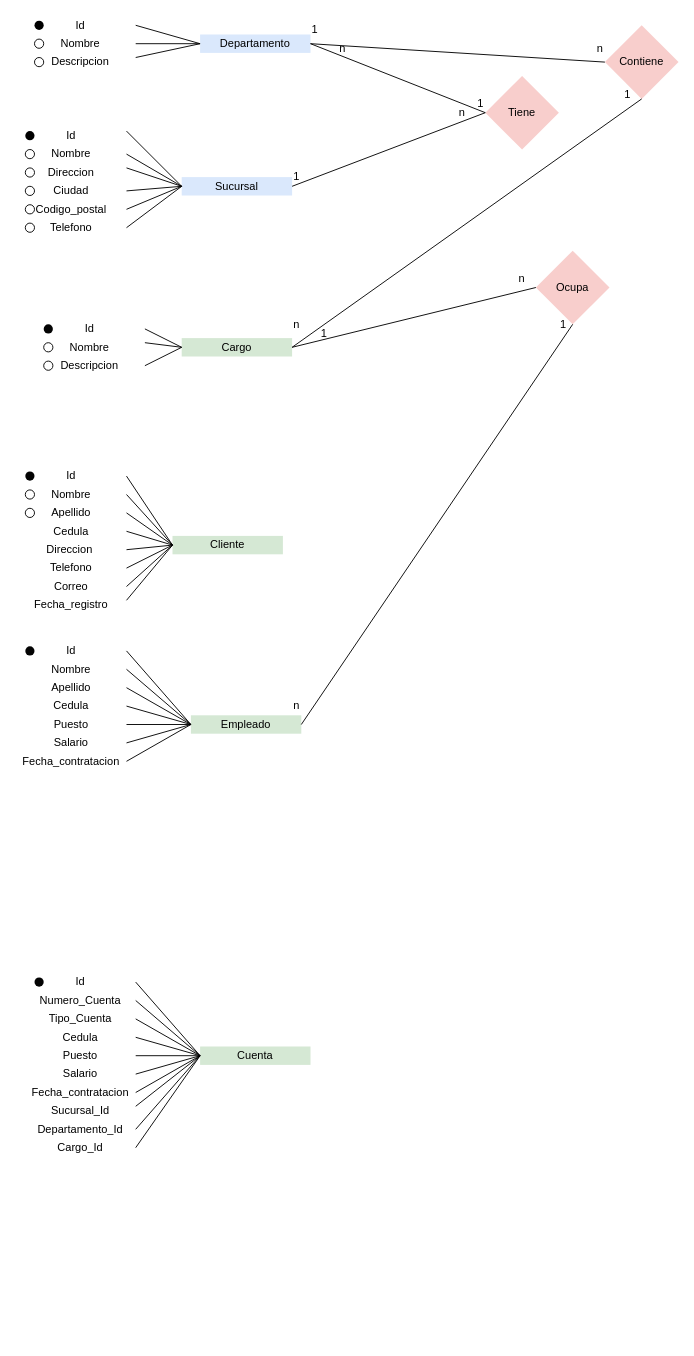
Nico1091/Bases-de-datos keeps this draw.io diagram as Diagrama sin título.drawio. Above is the earlier version. Source tidied: cells renumbered, new cells numbered last; positions are measured from the earlier drawing's top-left corner, leaving out a move shared by most shapes. Both pictures are drawn from the tidied source at 92%, with x=0, y=0 at pixel (16, 16).
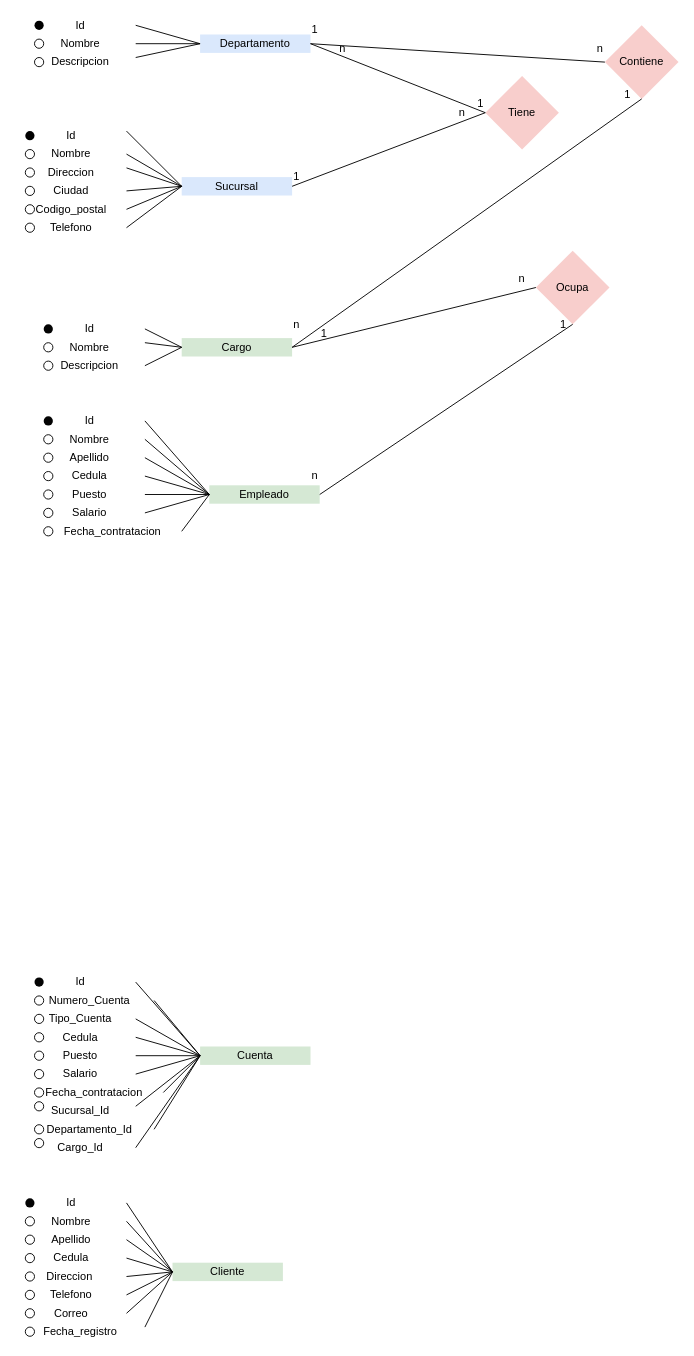
Above is the later version.

Diff of the diagram source:
```diff
@@
     <mxCell id="41" value="Id" style="rounded=0;whiteSpace=wrap;html=1;strokeColor=none;fillColor=none;" parent="1" vertex="1">
-      <mxGeometry y="680" width="120" height="20" as="geometry" />
+      <mxGeometry x="20" y="430" width="120" height="20" as="geometry" />
     </mxCell>
     <mxCell id="42" style="ellipse;whiteSpace=wrap;html=1;fillColor=#030303;strokeColor=none;" parent="1" vertex="1">
-      <mxGeometry x="10" y="685" width="10" height="10" as="geometry" />
+      <mxGeometry x="30" y="435" width="10" height="10" as="geometry" />
     </mxCell>
     <mxCell id="43" value="Nombre" style="rounded=0;whiteSpace=wrap;html=1;strokeColor=none;fillColor=none;" parent="1" vertex="1">
-      <mxGeometry y="700" width="120" height="20" as="geometry" />
+      <mxGeometry x="20" y="450" width="120" height="20" as="geometry" />
     </mxCell>
     <mxCell id="44" value="Apellido" style="rounded=0;whiteSpace=wrap;html=1;strokeColor=none;fillColor=none;" parent="1" vertex="1">
-      <mxGeometry y="720" width="120" height="20" as="geometry" />
+      <mxGeometry x="20" y="470" width="120" height="20" as="geometry" />
     </mxCell>
     <mxCell id="45" value="Cedula" style="rounded=0;whiteSpace=wrap;html=1;strokeColor=none;fillColor=none;" parent="1" vertex="1">
-      <mxGeometry y="740" width="120" height="20" as="geometry" />
+      <mxGeometry x="20" y="490" width="120" height="20" as="geometry" />
     </mxCell>
     <mxCell id="46" value="Puesto" style="rounded=0;whiteSpace=wrap;html=1;strokeColor=none;fillColor=none;" parent="1" vertex="1">
-      <mxGeometry y="760" width="120" height="20" as="geometry" />
+      <mxGeometry x="20" y="510" width="120" height="20" as="geometry" />
     </mxCell>
     <mxCell id="47" value="Salario" style="rounded=0;whiteSpace=wrap;html=1;strokeColor=none;fillColor=none;" parent="1" vertex="1">
-      <mxGeometry y="780" width="120" height="20" as="geometry" />
+      <mxGeometry x="20" y="530" width="120" height="20" as="geometry" />
     </mxCell>
-    <mxCell id="48" value="Fecha_contratacion" style="rounded=0;whiteSpace=wrap;html=1;strokeColor=none;fillColor=none;" parent="1" vertex="1">
-      <mxGeometry y="800" width="120" height="20" as="geometry" />
+    <mxCell id="48" value="&amp;nbsp; &amp;nbsp;Fecha_contratacion" style="rounded=0;whiteSpace=wrap;html=1;strokeColor=none;fillColor=none;" parent="1" vertex="1">
+      <mxGeometry x="20" y="550" width="160" height="20" as="geometry" />
     </mxCell>
     <mxCell id="49" value="Empleado" style="rounded=0;whiteSpace=wrap;html=1;strokeColor=none;fillColor=#d5e8d4;" parent="1" vertex="1">
-      <mxGeometry x="190" y="760" width="120" height="20" as="geometry" />
+      <mxGeometry x="210" y="510" width="120" height="20" as="geometry" />
     </mxCell>
@@
     <mxCell id="57" value="Id" style="rounded=0;whiteSpace=wrap;html=1;strokeColor=none;fillColor=none;" parent="1" vertex="1">
-      <mxGeometry y="490" width="120" height="20" as="geometry" />
+      <mxGeometry y="1280" width="120" height="20" as="geometry" />
     </mxCell>
     <mxCell id="58" style="ellipse;whiteSpace=wrap;html=1;fillColor=#030303;strokeColor=none;" parent="1" vertex="1">
-      <mxGeometry x="10" y="495" width="10" height="10" as="geometry" />
+      <mxGeometry x="10" y="1285" width="10" height="10" as="geometry" />
     </mxCell>
     <mxCell id="59" value="Nombre" style="rounded=0;whiteSpace=wrap;html=1;strokeColor=none;fillColor=none;" parent="1" vertex="1">
-      <mxGeometry y="510" width="120" height="20" as="geometry" />
+      <mxGeometry y="1300" width="120" height="20" as="geometry" />
     </mxCell>
     <mxCell id="60" value="Apellido" style="rounded=0;whiteSpace=wrap;html=1;strokeColor=none;fillColor=none;" parent="1" vertex="1">
-      <mxGeometry y="530" width="120" height="20" as="geometry" />
+      <mxGeometry y="1320" width="120" height="20" as="geometry" />
     </mxCell>
     <mxCell id="61" value="Cedula" style="rounded=0;whiteSpace=wrap;html=1;strokeColor=none;fillColor=none;" parent="1" vertex="1">
-      <mxGeometry y="550" width="120" height="20" as="geometry" />
+      <mxGeometry y="1340" width="120" height="20" as="geometry" />
     </mxCell>
     <mxCell id="62" value="Direccion&amp;nbsp;" style="rounded=0;whiteSpace=wrap;html=1;strokeColor=none;fillColor=none;" parent="1" vertex="1">
-      <mxGeometry y="570" width="120" height="20" as="geometry" />
+      <mxGeometry y="1360" width="120" height="20" as="geometry" />
     </mxCell>
     <mxCell id="63" value="Telefono" style="rounded=0;whiteSpace=wrap;html=1;strokeColor=none;fillColor=none;" parent="1" vertex="1">
-      <mxGeometry y="590" width="120" height="20" as="geometry" />
+      <mxGeometry y="1380" width="120" height="20" as="geometry" />
     </mxCell>
     <mxCell id="64" value="Correo" style="rounded=0;whiteSpace=wrap;html=1;strokeColor=none;fillColor=none;" parent="1" vertex="1">
-      <mxGeometry y="610" width="120" height="20" as="geometry" />
+      <mxGeometry y="1400" width="120" height="20" as="geometry" />
     </mxCell>
     <mxCell id="65" value="Fecha_registro" style="rounded=0;whiteSpace=wrap;html=1;strokeColor=none;fillColor=none;" parent="1" vertex="1">
-      <mxGeometry y="630" width="120" height="20" as="geometry" />
+      <mxGeometry y="1420" width="140" height="20" as="geometry" />
     </mxCell>
     <mxCell id="66" value="Cliente" style="rounded=0;whiteSpace=wrap;html=1;strokeColor=none;fillColor=#d5e8d4;" parent="1" vertex="1">
-      <mxGeometry x="170" y="565" width="120" height="20" as="geometry" />
+      <mxGeometry x="170" y="1355" width="120" height="20" as="geometry" />
     </mxCell>
@@
     <mxCell id="77" value="Numero_Cuenta" style="rounded=0;whiteSpace=wrap;html=1;strokeColor=none;fillColor=none;" parent="1" vertex="1">
-      <mxGeometry x="10" y="1060" width="120" height="20" as="geometry" />
+      <mxGeometry x="10" y="1060" width="140" height="20" as="geometry" />
     </mxCell>
@@
     <mxCell id="82" value="Fecha_contratacion" style="rounded=0;whiteSpace=wrap;html=1;strokeColor=none;fillColor=none;" parent="1" vertex="1">
-      <mxGeometry x="10" y="1160" width="120" height="20" as="geometry" />
+      <mxGeometry x="10" y="1160" width="150" height="20" as="geometry" />
     </mxCell>
@@
     <mxCell id="93" value="Departamento_Id" style="rounded=0;whiteSpace=wrap;html=1;strokeColor=none;fillColor=none;" parent="1" vertex="1">
-      <mxGeometry x="10" y="1200" width="120" height="20" as="geometry" />
+      <mxGeometry x="10" y="1200" width="140" height="20" as="geometry" />
     </mxCell>
@@
     <mxCell id="100" value="n" style="rounded=0;whiteSpace=wrap;html=1;strokeColor=none;fillColor=none;" parent="1" vertex="1">
-      <mxGeometry x="300" y="745" width="10" height="10" as="geometry" />
+      <mxGeometry x="320" y="495" width="10" height="10" as="geometry" />
     </mxCell>
@@
     <mxCell id="113" style="ellipse;whiteSpace=wrap;html=1;" parent="1" vertex="1">
-      <mxGeometry x="10" y="515" width="10" height="10" as="geometry" />
+      <mxGeometry x="10" y="1305" width="10" height="10" as="geometry" />
     </mxCell>
     <mxCell id="114" style="ellipse;whiteSpace=wrap;html=1;" parent="1" vertex="1">
-      <mxGeometry x="10" y="535" width="10" height="10" as="geometry" />
+      <mxGeometry x="10" y="1325" width="10" height="10" as="geometry" />
     </mxCell>
@@
+    <mxCell id="120" style="ellipse;whiteSpace=wrap;html=1;" parent="1" vertex="1">
+      <mxGeometry x="30" y="455" width="10" height="10" as="geometry" />
+    </mxCell>
+    <mxCell id="121" style="ellipse;whiteSpace=wrap;html=1;" parent="1" vertex="1">
+      <mxGeometry x="30" y="475" width="10" height="10" as="geometry" />
+    </mxCell>
+    <mxCell id="122" style="ellipse;whiteSpace=wrap;html=1;" parent="1" vertex="1">
+      <mxGeometry x="30" y="495" width="10" height="10" as="geometry" />
+    </mxCell>
+    <mxCell id="123" style="ellipse;whiteSpace=wrap;html=1;" parent="1" vertex="1">
+      <mxGeometry x="30" y="515" width="10" height="10" as="geometry" />
+    </mxCell>
+    <mxCell id="124" style="ellipse;whiteSpace=wrap;html=1;" parent="1" vertex="1">
+      <mxGeometry x="30" y="535" width="10" height="10" as="geometry" />
+    </mxCell>
+    <mxCell id="125" style="ellipse;whiteSpace=wrap;html=1;" parent="1" vertex="1">
+      <mxGeometry x="30" y="555" width="10" height="10" as="geometry" />
+    </mxCell>
+    <mxCell id="126" style="ellipse;whiteSpace=wrap;html=1;" parent="1" vertex="1">
+      <mxGeometry x="10" y="1345" width="10" height="10" as="geometry" />
+    </mxCell>
+    <mxCell id="127" style="ellipse;whiteSpace=wrap;html=1;" parent="1" vertex="1">
+      <mxGeometry x="10" y="1365" width="10" height="10" as="geometry" />
+    </mxCell>
+    <mxCell id="128" style="ellipse;whiteSpace=wrap;html=1;" parent="1" vertex="1">
+      <mxGeometry x="10" y="1385" width="10" height="10" as="geometry" />
+    </mxCell>
+    <mxCell id="129" style="ellipse;whiteSpace=wrap;html=1;" parent="1" vertex="1">
+      <mxGeometry x="10" y="1405" width="10" height="10" as="geometry" />
+    </mxCell>
+    <mxCell id="130" style="ellipse;whiteSpace=wrap;html=1;" parent="1" vertex="1">
+      <mxGeometry x="10" y="1425" width="10" height="10" as="geometry" />
+    </mxCell>
+    <mxCell id="131" style="ellipse;whiteSpace=wrap;html=1;" parent="1" vertex="1">
+      <mxGeometry x="20" y="1065" width="10" height="10" as="geometry" />
+    </mxCell>
+    <mxCell id="132" style="ellipse;whiteSpace=wrap;html=1;" parent="1" vertex="1">
+      <mxGeometry x="20" y="1085" width="10" height="10" as="geometry" />
+    </mxCell>
+    <mxCell id="133" style="ellipse;whiteSpace=wrap;html=1;" parent="1" vertex="1">
+      <mxGeometry x="20" y="1105" width="10" height="10" as="geometry" />
+    </mxCell>
+    <mxCell id="134" style="ellipse;whiteSpace=wrap;html=1;" parent="1" vertex="1">
+      <mxGeometry x="20" y="1125" width="10" height="10" as="geometry" />
+    </mxCell>
+    <mxCell id="135" style="ellipse;whiteSpace=wrap;html=1;" parent="1" vertex="1">
+      <mxGeometry x="20" y="1145" width="10" height="10" as="geometry" />
+    </mxCell>
+    <mxCell id="136" style="ellipse;whiteSpace=wrap;html=1;" parent="1" vertex="1">
+      <mxGeometry x="20" y="1165" width="10" height="10" as="geometry" />
+    </mxCell>
+    <mxCell id="137" style="ellipse;whiteSpace=wrap;html=1;" parent="1" vertex="1">
+      <mxGeometry x="20" y="1180" width="10" height="10" as="geometry" />
+    </mxCell>
+    <mxCell id="138" style="ellipse;whiteSpace=wrap;html=1;" parent="1" vertex="1">
+      <mxGeometry x="20" y="1205" width="10" height="10" as="geometry" />
+    </mxCell>
+    <mxCell id="139" style="ellipse;whiteSpace=wrap;html=1;" parent="1" vertex="1">
+      <mxGeometry x="20" y="1220" width="10" height="10" as="geometry" />
+    </mxCell>
```
